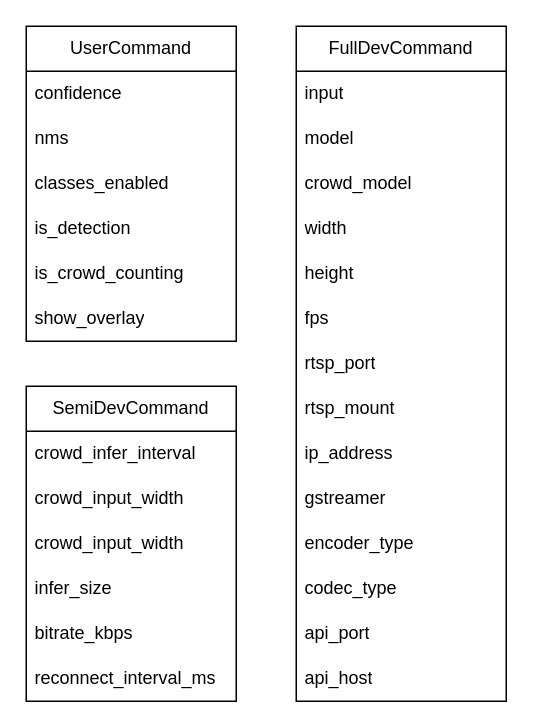
Above: page "Message" (2 of 2) of DiagramArsitektur.drawio in BagaszPraa/SurveilanceCam (draw.io), before the change. Source tidied: cells renumbered, new cells numbered last; positions are measured from the earlier drawing's top-left corner, leaving out a move shared by most shapes. Both pictures are drawn from the tidied source at 150%, with x=0, y=0 at pixel (26, 26).
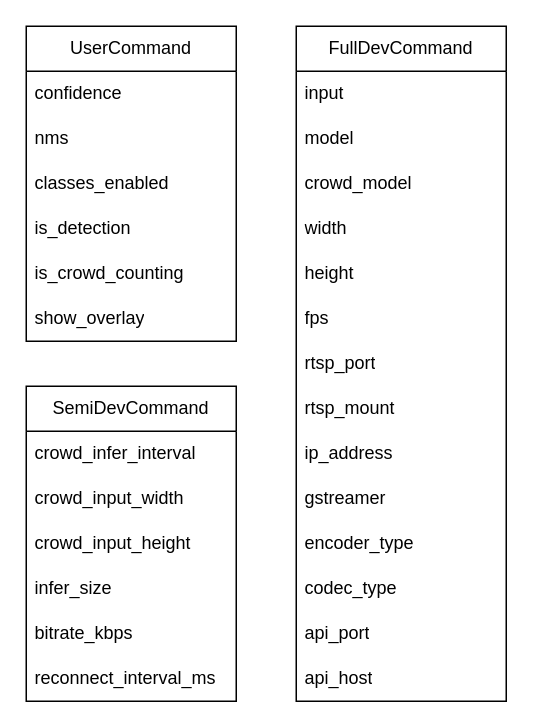
After the change.

The change refers to these unchanged cells:
```xml
<mxCell id="9" value="SemiDevCommand" style="swimlane;fontStyle=0;horizontal=1;startSize=30;whiteSpace=wrap;html=1;" parent="1" vertex="1">
  <mxGeometry y="240" width="140" height="210" as="geometry" />
</mxCell>
```

Change to the diagram source:
```diff
@@
-    <mxCell id="12" value="crowd_input_width" style="text;strokeColor=none;fillColor=none;align=left;verticalAlign=middle;spacingLeft=4;spacingRight=4;overflow=hidden;whiteSpace=wrap;html=1;" parent="9" vertex="1">
+    <mxCell id="12" value="crowd_input_height" style="text;strokeColor=none;fillColor=none;align=left;verticalAlign=middle;spacingLeft=4;spacingRight=4;overflow=hidden;whiteSpace=wrap;html=1;" parent="9" vertex="1">
       <mxGeometry y="90" width="140" height="30" as="geometry" />
     </mxCell>
```
